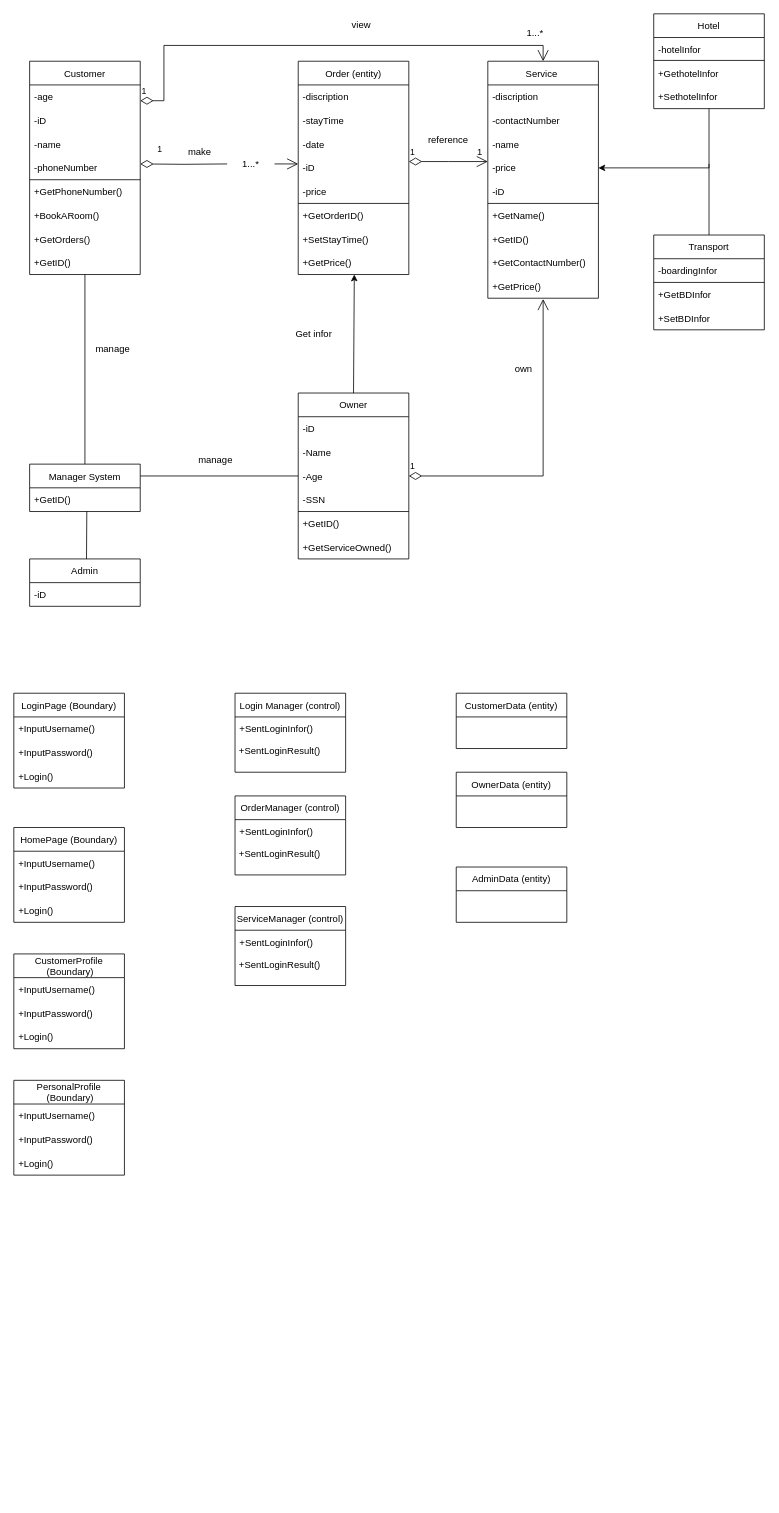
Earlier version of the draw.io diagram class_diagram.drawio (sonqb2001567/First). Source tidied: cells renumbered, new cells numbered last; positions are measured from the earlier drawing's top-left corner, leaving out a move shared by most shapes. Both pictures are drawn from the tidied source at 79%, with x=0, y=0 at pixel (13, 13).
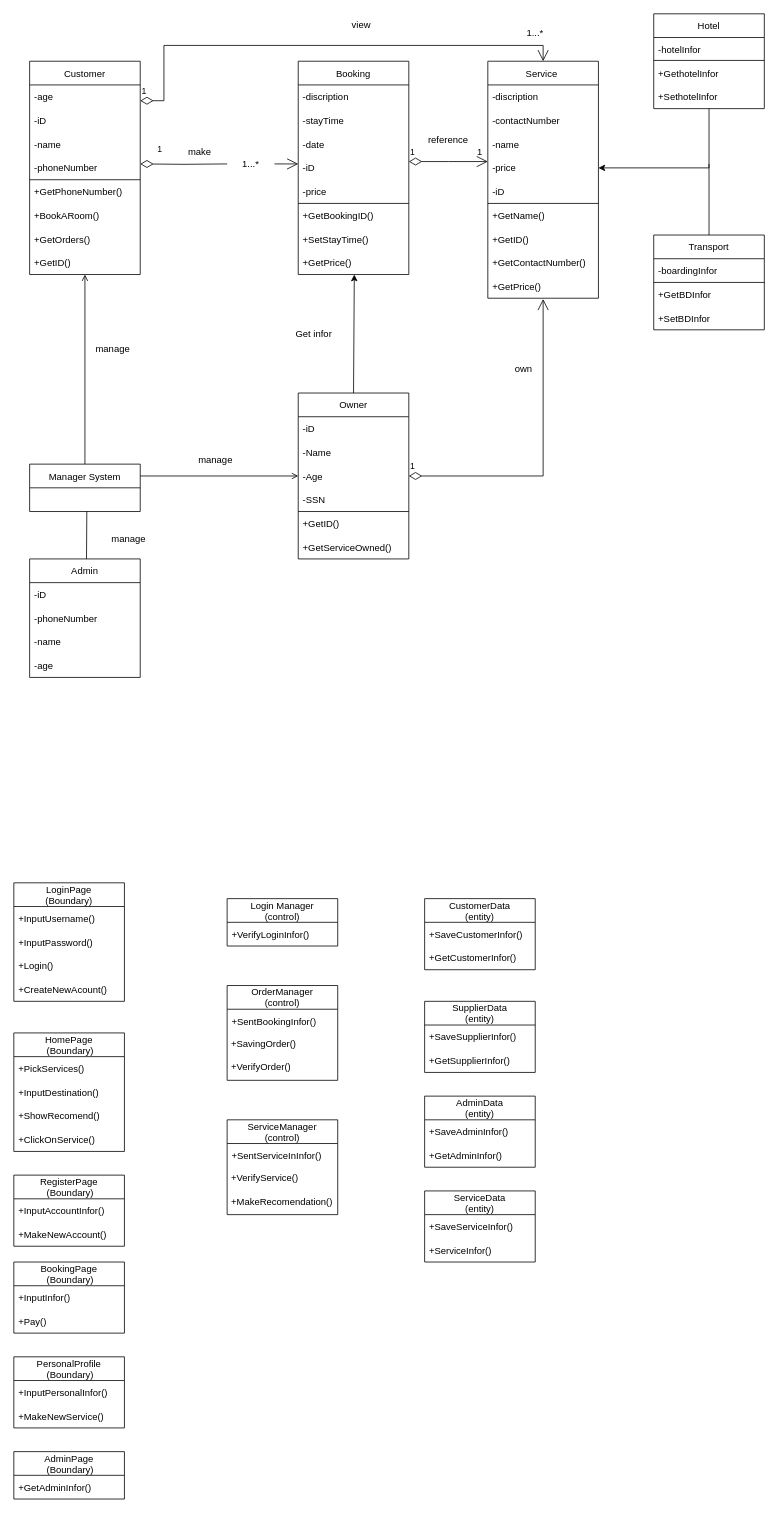
The same diagram, later.

Commit message:
Cập nhật class_diagram.drawio

Unchanged cells that the change refers to:
```xml
<mxCell id="22" value="+GetID()" style="text;strokeColor=none;fillColor=none;align=left;verticalAlign=middle;spacingLeft=4;spacingRight=4;overflow=hidden;points=[[0,0.5],[1,0.5]];portConstraint=eastwest;" parent="13" vertex="1">
  <mxGeometry y="240" width="140" height="30" as="geometry" />
</mxCell>
<mxCell id="39" value="-Age" style="text;strokeColor=none;fillColor=none;align=left;verticalAlign=middle;spacingLeft=4;spacingRight=4;overflow=hidden;points=[[0,0.5],[1,0.5]];portConstraint=eastwest;" parent="36" vertex="1">
  <mxGeometry y="90" width="140" height="30" as="geometry" />
</mxCell>
<mxCell id="68" value="Manager System" style="swimlane;fontStyle=0;horizontal=1;startSize=30;strokeColor=default;" parent="1" vertex="1">
  <mxGeometry x="20" y="570" width="140" height="60" as="geometry" />
</mxCell>
```

What changed in the source:
```diff
@@
-    <mxCell id="2" value="Order (entity)" style="swimlane;fontStyle=0;horizontal=1;startSize=30;strokeColor=default;" parent="1" vertex="1">
+    <mxCell id="2" value="Booking" style="swimlane;fontStyle=0;horizontal=1;startSize=30;strokeColor=default;" parent="1" vertex="1">
       <mxGeometry x="360" y="60" width="140" height="270" as="geometry" />
     </mxCell>
@@
-    <mxCell id="9" value="+GetOrderID()" style="text;strokeColor=none;fillColor=none;align=left;verticalAlign=middle;spacingLeft=4;spacingRight=4;overflow=hidden;" parent="2" vertex="1">
+    <mxCell id="9" value="+GetBookingID()" style="text;strokeColor=none;fillColor=none;align=left;verticalAlign=middle;spacingLeft=4;spacingRight=4;overflow=hidden;" parent="2" vertex="1">
       <mxGeometry y="180" width="140" height="30" as="geometry" />
     </mxCell>
@@
-    <mxCell id="69" value="+GetID()" style="text;strokeColor=none;fillColor=none;align=left;verticalAlign=middle;spacingLeft=4;spacingRight=4;overflow=hidden;points=[[0,0.5],[1,0.5]];portConstraint=eastwest;" parent="68" vertex="1">
-      <mxGeometry y="30" width="140" height="30" as="geometry" />
-    </mxCell>
-    <mxCell id="70" style="endArrow=none;html=1;rounded=0;exitX=0.5;exitY=0;exitDx=0;exitDy=0;" parent="1" edge="1" source="68" target="22">
+    <mxCell id="70" style="endArrow=open;html=1;rounded=0;exitX=0.5;exitY=0;exitDx=0;exitDy=0;endFill=0;" parent="1" edge="1" source="68" target="22">
       <mxGeometry relative="1" as="geometry" />
     </mxCell>
-    <mxCell id="71" style="endArrow=none;html=1;rounded=0;exitX=1;exitY=0.5;exitDx=0;exitDy=0;entryX=0;entryY=0.5;entryDx=0;entryDy=0;" parent="1" edge="1" target="39">
+    <mxCell id="71" style="endArrow=open;html=1;rounded=0;exitX=1;exitY=0.5;exitDx=0;exitDy=0;entryX=0;entryY=0.5;entryDx=0;entryDy=0;endFill=0;" parent="1" edge="1" target="39">
       <mxGeometry relative="1" as="geometry">
         <mxPoint x="160" y="585" as="sourcePoint" />
       </mxGeometry>
     </mxCell>
@@
     <mxCell id="74" value="Admin" style="swimlane;fontStyle=0;horizontal=1;startSize=30;strokeColor=default;" parent="1" vertex="1">
-      <mxGeometry x="20" y="690" width="140" height="60" as="geometry" />
+      <mxGeometry x="20" y="690" width="140" height="150" as="geometry" />
     </mxCell>
@@
+    <mxCell id="105" value="-phoneNumber" style="text;strokeColor=none;fillColor=none;align=left;verticalAlign=middle;spacingLeft=4;spacingRight=4;overflow=hidden;" parent="74" vertex="1">
+      <mxGeometry y="60" width="140" height="30" as="geometry" />
+    </mxCell>
+    <mxCell id="106" value="-name" style="text;strokeColor=none;fillColor=none;align=left;verticalAlign=middle;spacingLeft=4;spacingRight=4;overflow=hidden;" parent="74" vertex="1">
+      <mxGeometry y="90" width="140" height="30" as="geometry" />
+    </mxCell>
+    <mxCell id="107" value="-age" style="text;strokeColor=none;fillColor=none;align=left;verticalAlign=middle;spacingLeft=4;spacingRight=4;overflow=hidden;" parent="74" vertex="1">
+      <mxGeometry y="120" width="140" height="30" as="geometry" />
+    </mxCell>
-    <mxCell id="76" style="endArrow=none;html=1;rounded=0;entryX=0.517;entryY=0.991;entryDx=0;entryDy=0;entryPerimeter=0;" parent="1" edge="1" target="69">
+    <mxCell id="76" style="endArrow=none;html=1;rounded=0;entryX=0.517;entryY=0.991;entryDx=0;entryDy=0;entryPerimeter=0;" parent="1" edge="1">
       <mxGeometry relative="1" as="geometry">
         <mxPoint x="92" y="690" as="sourcePoint" />
+        <mxPoint x="92.4" y="629.7" as="targetPoint" />
       </mxGeometry>
     </mxCell>
-    <mxCell id="77" value="LoginPage (Boundary)" style="swimlane;fontStyle=0;horizontal=1;startSize=30;strokeColor=default;" parent="1" vertex="1">
-      <mxGeometry y="860" width="140" height="120" as="geometry" />
+    <mxCell id="77" value="LoginPage &#10;(Boundary)" style="swimlane;fontStyle=0;horizontal=1;startSize=30;strokeColor=default;" parent="1" vertex="1">
+      <mxGeometry y="1100" width="140" height="150" as="geometry" />
     </mxCell>
@@
+    <mxCell id="108" value="+CreateNewAcount()" style="text;strokeColor=none;fillColor=none;align=left;verticalAlign=middle;spacingLeft=4;spacingRight=4;overflow=hidden;" parent="77" vertex="1">
+      <mxGeometry y="120" width="140" height="30" as="geometry" />
+    </mxCell>
-    <mxCell id="81" value="Login Manager (control)" style="swimlane;fontStyle=0;horizontal=1;startSize=30;strokeColor=default;" parent="1" vertex="1">
-      <mxGeometry x="280" y="860" width="140" height="100" as="geometry" />
+    <mxCell id="81" value="Login Manager &#10;(control)" style="swimlane;fontStyle=0;horizontal=1;startSize=30;strokeColor=default;" parent="1" vertex="1">
+      <mxGeometry x="270" y="1120" width="140" height="60" as="geometry" />
     </mxCell>
-    <mxCell id="82" value="+SentLoginInfor()" style="text;strokeColor=none;fillColor=none;align=left;verticalAlign=middle;spacingLeft=4;spacingRight=4;overflow=hidden;" parent="81" vertex="1">
+    <mxCell id="82" value="+VerifyLoginInfor()" style="text;strokeColor=none;fillColor=none;align=left;verticalAlign=middle;spacingLeft=4;spacingRight=4;overflow=hidden;" parent="81" vertex="1">
       <mxGeometry y="30" width="140" height="30" as="geometry" />
     </mxCell>
-    <mxCell id="83" value="&amp;nbsp;+SentLoginResult()" style="text;whiteSpace=wrap;html=1;" parent="81" vertex="1">
-      <mxGeometry y="60" width="140" height="40" as="geometry" />
-    </mxCell>
-    <mxCell id="84" value="CustomerData (entity)" style="swimlane;fontStyle=0;horizontal=1;startSize=30;strokeColor=default;" parent="1" vertex="1">
-      <mxGeometry x="560" y="860" width="140" height="70" as="geometry" />
+    <mxCell id="84" value="CustomerData &#10;(entity)" style="swimlane;fontStyle=0;horizontal=1;startSize=30;strokeColor=default;" parent="1" vertex="1">
+      <mxGeometry x="520" y="1120" width="140" height="90" as="geometry" />
     </mxCell>
+    <mxCell id="109" value="+SaveCustomerInfor()" style="text;strokeColor=none;fillColor=none;align=left;verticalAlign=middle;spacingLeft=4;spacingRight=4;overflow=hidden;" parent="84" vertex="1">
+      <mxGeometry y="30" width="140" height="30" as="geometry" />
+    </mxCell>
+    <mxCell id="110" value="+GetCustomerInfor()" style="text;strokeColor=none;fillColor=none;align=left;verticalAlign=middle;spacingLeft=4;spacingRight=4;overflow=hidden;" parent="84" vertex="1">
+      <mxGeometry y="60" width="140" height="30" as="geometry" />
+    </mxCell>
-    <mxCell id="85" value="OwnerData (entity)" style="swimlane;fontStyle=0;horizontal=1;startSize=30;strokeColor=default;" parent="1" vertex="1">
-      <mxGeometry x="560" y="960" width="140" height="70" as="geometry" />
+    <mxCell id="85" value="SupplierData &#10;(entity)" style="swimlane;fontStyle=0;horizontal=1;startSize=30;strokeColor=default;" parent="1" vertex="1">
+      <mxGeometry x="520" y="1250" width="140" height="90" as="geometry" />
     </mxCell>
+    <mxCell id="111" value="+SaveSupplierInfor()" style="text;strokeColor=none;fillColor=none;align=left;verticalAlign=middle;spacingLeft=4;spacingRight=4;overflow=hidden;" parent="85" vertex="1">
+      <mxGeometry y="30" width="140" height="30" as="geometry" />
+    </mxCell>
+    <mxCell id="112" value="+GetSupplierInfor()" style="text;strokeColor=none;fillColor=none;align=left;verticalAlign=middle;spacingLeft=4;spacingRight=4;overflow=hidden;" parent="85" vertex="1">
+      <mxGeometry y="60" width="140" height="30" as="geometry" />
+    </mxCell>
-    <mxCell id="86" value="AdminData (entity)" style="swimlane;fontStyle=0;horizontal=1;startSize=30;strokeColor=default;" parent="1" vertex="1">
-      <mxGeometry x="560" y="1080" width="140" height="70" as="geometry" />
+    <mxCell id="86" value="AdminData &#10;(entity)" style="swimlane;fontStyle=0;horizontal=1;startSize=30;strokeColor=default;" parent="1" vertex="1">
+      <mxGeometry x="520" y="1370" width="140" height="90" as="geometry" />
     </mxCell>
+    <mxCell id="113" value="+SaveAdminInfor()" style="text;strokeColor=none;fillColor=none;align=left;verticalAlign=middle;spacingLeft=4;spacingRight=4;overflow=hidden;" parent="86" vertex="1">
+      <mxGeometry y="30" width="140" height="30" as="geometry" />
+    </mxCell>
+    <mxCell id="114" value="+GetAdminInfor()" style="text;strokeColor=none;fillColor=none;align=left;verticalAlign=middle;spacingLeft=4;spacingRight=4;overflow=hidden;" parent="86" vertex="1">
+      <mxGeometry y="60" width="140" height="30" as="geometry" />
+    </mxCell>
-    <mxCell id="87" value="OrderManager (control)" style="swimlane;fontStyle=0;horizontal=1;startSize=30;strokeColor=default;" parent="1" vertex="1">
-      <mxGeometry x="280" y="990" width="140" height="100" as="geometry" />
+    <mxCell id="87" value="OrderManager &#10;(control)" style="swimlane;fontStyle=0;horizontal=1;startSize=30;strokeColor=default;" parent="1" vertex="1">
+      <mxGeometry x="270" y="1230" width="140" height="120" as="geometry" />
     </mxCell>
-    <mxCell id="88" value="+SentLoginInfor()" style="text;strokeColor=none;fillColor=none;align=left;verticalAlign=middle;spacingLeft=4;spacingRight=4;overflow=hidden;" parent="87" vertex="1">
+    <mxCell id="88" value="+SentBookingInfor()" style="text;strokeColor=none;fillColor=none;align=left;verticalAlign=middle;spacingLeft=4;spacingRight=4;overflow=hidden;" parent="87" vertex="1">
       <mxGeometry y="30" width="140" height="30" as="geometry" />
     </mxCell>
-    <mxCell id="89" value="&amp;nbsp;+SentLoginResult()" style="text;whiteSpace=wrap;html=1;" parent="87" vertex="1">
-      <mxGeometry y="60" width="140" height="40" as="geometry" />
+    <mxCell id="89" value="&amp;nbsp;+SavingOrder()" style="text;whiteSpace=wrap;html=1;" parent="87" vertex="1">
+      <mxGeometry y="60" width="140" height="30" as="geometry" />
     </mxCell>
+    <mxCell id="115" value="&amp;nbsp;+VerifyOrder()" style="text;whiteSpace=wrap;html=1;" parent="87" vertex="1">
+      <mxGeometry y="90" width="140" height="30" as="geometry" />
+    </mxCell>
-    <mxCell id="90" value="ServiceManager (control)" style="swimlane;fontStyle=0;horizontal=1;startSize=30;strokeColor=default;" parent="1" vertex="1">
-      <mxGeometry x="280" y="1130" width="140" height="100" as="geometry" />
+    <mxCell id="90" value="ServiceManager &#10;(control)" style="swimlane;fontStyle=0;horizontal=1;startSize=30;strokeColor=default;" parent="1" vertex="1">
+      <mxGeometry x="270" y="1400" width="140" height="120" as="geometry" />
     </mxCell>
-    <mxCell id="91" value="+SentLoginInfor()" style="text;strokeColor=none;fillColor=none;align=left;verticalAlign=middle;spacingLeft=4;spacingRight=4;overflow=hidden;" parent="90" vertex="1">
+    <mxCell id="91" value="+SentServiceInInfor()" style="text;strokeColor=none;fillColor=none;align=left;verticalAlign=middle;spacingLeft=4;spacingRight=4;overflow=hidden;" parent="90" vertex="1">
       <mxGeometry y="30" width="140" height="30" as="geometry" />
     </mxCell>
-    <mxCell id="92" value="&amp;nbsp;+SentLoginResult()" style="text;whiteSpace=wrap;html=1;" parent="90" vertex="1">
-      <mxGeometry y="60" width="140" height="40" as="geometry" />
+    <mxCell id="92" value="&amp;nbsp;+VerifyService()" style="text;whiteSpace=wrap;html=1;" parent="90" vertex="1">
+      <mxGeometry y="60" width="140" height="30" as="geometry" />
     </mxCell>
+    <mxCell id="116" value="&amp;nbsp;+MakeRecomendation()" style="text;whiteSpace=wrap;html=1;" parent="90" vertex="1">
+      <mxGeometry y="90" width="140" height="30" as="geometry" />
+    </mxCell>
-    <mxCell id="93" value="HomePage (Boundary)" style="swimlane;fontStyle=0;horizontal=1;startSize=30;strokeColor=default;" parent="1" vertex="1">
-      <mxGeometry y="1030" width="140" height="120" as="geometry" />
+    <mxCell id="93" value="HomePage&#10; (Boundary)" style="swimlane;fontStyle=0;horizontal=1;startSize=30;strokeColor=default;" parent="1" vertex="1">
+      <mxGeometry y="1290" width="140" height="150" as="geometry" />
     </mxCell>
-    <mxCell id="94" value="+InputUsername()" style="text;strokeColor=none;fillColor=none;align=left;verticalAlign=middle;spacingLeft=4;spacingRight=4;overflow=hidden;" parent="93" vertex="1">
+    <mxCell id="94" value="+PickServices()" style="text;strokeColor=none;fillColor=none;align=left;verticalAlign=middle;spacingLeft=4;spacingRight=4;overflow=hidden;" parent="93" vertex="1">
       <mxGeometry y="30" width="140" height="30" as="geometry" />
     </mxCell>
-    <mxCell id="95" value="+InputPassword()" style="text;strokeColor=none;fillColor=none;align=left;verticalAlign=middle;spacingLeft=4;spacingRight=4;overflow=hidden;" parent="93" vertex="1">
+    <mxCell id="95" value="+InputDestination()" style="text;strokeColor=none;fillColor=none;align=left;verticalAlign=middle;spacingLeft=4;spacingRight=4;overflow=hidden;" parent="93" vertex="1">
       <mxGeometry y="60" width="140" height="30" as="geometry" />
     </mxCell>
-    <mxCell id="96" value="+Login()" style="text;strokeColor=none;fillColor=none;align=left;verticalAlign=middle;spacingLeft=4;spacingRight=4;overflow=hidden;" parent="93" vertex="1">
+    <mxCell id="96" value="+ShowRecomend()" style="text;strokeColor=none;fillColor=none;align=left;verticalAlign=middle;spacingLeft=4;spacingRight=4;overflow=hidden;" parent="93" vertex="1">
       <mxGeometry y="90" width="140" height="30" as="geometry" />
     </mxCell>
+    <mxCell id="117" value="+ClickOnService()" style="text;strokeColor=none;fillColor=none;align=left;verticalAlign=middle;spacingLeft=4;spacingRight=4;overflow=hidden;" parent="93" vertex="1">
+      <mxGeometry y="120" width="140" height="30" as="geometry" />
+    </mxCell>
-    <mxCell id="97" value="CustomerProfile&#10; (Boundary)" style="swimlane;fontStyle=0;horizontal=1;startSize=30;strokeColor=default;" parent="1" vertex="1">
-      <mxGeometry y="1190" width="140" height="120" as="geometry" />
+    <mxCell id="97" value="BookingPage&#10; (Boundary)" style="swimlane;fontStyle=0;horizontal=1;startSize=30;strokeColor=default;" parent="1" vertex="1">
+      <mxGeometry y="1580" width="140" height="90" as="geometry" />
     </mxCell>
-    <mxCell id="98" value="+InputUsername()" style="text;strokeColor=none;fillColor=none;align=left;verticalAlign=middle;spacingLeft=4;spacingRight=4;overflow=hidden;" parent="97" vertex="1">
+    <mxCell id="98" value="+InputInfor()" style="text;strokeColor=none;fillColor=none;align=left;verticalAlign=middle;spacingLeft=4;spacingRight=4;overflow=hidden;" parent="97" vertex="1">
       <mxGeometry y="30" width="140" height="30" as="geometry" />
     </mxCell>
-    <mxCell id="99" value="+InputPassword()" style="text;strokeColor=none;fillColor=none;align=left;verticalAlign=middle;spacingLeft=4;spacingRight=4;overflow=hidden;" parent="97" vertex="1">
+    <mxCell id="99" value="+Pay()" style="text;strokeColor=none;fillColor=none;align=left;verticalAlign=middle;spacingLeft=4;spacingRight=4;overflow=hidden;" parent="97" vertex="1">
       <mxGeometry y="60" width="140" height="30" as="geometry" />
     </mxCell>
-    <mxCell id="100" value="+Login()" style="text;strokeColor=none;fillColor=none;align=left;verticalAlign=middle;spacingLeft=4;spacingRight=4;overflow=hidden;" parent="97" vertex="1">
-      <mxGeometry y="90" width="140" height="30" as="geometry" />
-    </mxCell>
     <mxCell id="101" value="PersonalProfile&#10; (Boundary)" style="swimlane;fontStyle=0;horizontal=1;startSize=30;strokeColor=default;" parent="1" vertex="1">
-      <mxGeometry y="1350" width="140" height="120" as="geometry" />
+      <mxGeometry y="1700" width="140" height="90" as="geometry" />
     </mxCell>
-    <mxCell id="102" value="+InputUsername()" style="text;strokeColor=none;fillColor=none;align=left;verticalAlign=middle;spacingLeft=4;spacingRight=4;overflow=hidden;" parent="101" vertex="1">
+    <mxCell id="102" value="+InputPersonalInfor()" style="text;strokeColor=none;fillColor=none;align=left;verticalAlign=middle;spacingLeft=4;spacingRight=4;overflow=hidden;" parent="101" vertex="1">
       <mxGeometry y="30" width="140" height="30" as="geometry" />
     </mxCell>
-    <mxCell id="103" value="+InputPassword()" style="text;strokeColor=none;fillColor=none;align=left;verticalAlign=middle;spacingLeft=4;spacingRight=4;overflow=hidden;" parent="101" vertex="1">
-      <mxGeometry y="60" width="140" height="30" as="geometry" />
-    </mxCell>
-    <mxCell id="104" value="+Login()" style="text;strokeColor=none;fillColor=none;align=left;verticalAlign=middle;spacingLeft=4;spacingRight=4;overflow=hidden;" parent="101" vertex="1">
-      <mxGeometry y="90" width="140" height="30" as="geometry" />
-    </mxCell>
+    <mxCell id="118" value="+MakeNewService()" style="text;strokeColor=none;fillColor=none;align=left;verticalAlign=middle;spacingLeft=4;spacingRight=4;overflow=hidden;" parent="101" vertex="1">
+      <mxGeometry y="60" width="140" height="30" as="geometry" />
+    </mxCell>
+    <mxCell id="119" value="AdminPage&#10; (Boundary)" style="swimlane;fontStyle=0;horizontal=1;startSize=30;strokeColor=default;" parent="1" vertex="1">
+      <mxGeometry y="1820" width="140" height="60" as="geometry" />
+    </mxCell>
+    <mxCell id="120" value="+GetAdminInfor()" style="text;strokeColor=none;fillColor=none;align=left;verticalAlign=middle;spacingLeft=4;spacingRight=4;overflow=hidden;" parent="119" vertex="1">
+      <mxGeometry y="30" width="140" height="30" as="geometry" />
+    </mxCell>
+    <mxCell id="121" value="RegisterPage&#10; (Boundary)" style="swimlane;fontStyle=0;horizontal=1;startSize=30;strokeColor=default;" parent="1" vertex="1">
+      <mxGeometry y="1470" width="140" height="90" as="geometry" />
+    </mxCell>
+    <mxCell id="122" value="+InputAccountInfor()" style="text;strokeColor=none;fillColor=none;align=left;verticalAlign=middle;spacingLeft=4;spacingRight=4;overflow=hidden;" parent="121" vertex="1">
+      <mxGeometry y="30" width="140" height="30" as="geometry" />
+    </mxCell>
+    <mxCell id="123" value="+MakeNewAccount()" style="text;strokeColor=none;fillColor=none;align=left;verticalAlign=middle;spacingLeft=4;spacingRight=4;overflow=hidden;" parent="121" vertex="1">
+      <mxGeometry y="60" width="140" height="30" as="geometry" />
+    </mxCell>
+    <mxCell id="124" value="ServiceData &#10;(entity)" style="swimlane;fontStyle=0;horizontal=1;startSize=30;strokeColor=default;" parent="1" vertex="1">
+      <mxGeometry x="520" y="1490" width="140" height="90" as="geometry" />
+    </mxCell>
+    <mxCell id="125" value="+SaveServiceInfor()" style="text;strokeColor=none;fillColor=none;align=left;verticalAlign=middle;spacingLeft=4;spacingRight=4;overflow=hidden;" parent="124" vertex="1">
+      <mxGeometry y="30" width="140" height="30" as="geometry" />
+    </mxCell>
+    <mxCell id="126" value="+ServiceInfor()" style="text;strokeColor=none;fillColor=none;align=left;verticalAlign=middle;spacingLeft=4;spacingRight=4;overflow=hidden;" parent="124" vertex="1">
+      <mxGeometry y="60" width="140" height="30" as="geometry" />
+    </mxCell>
+    <mxCell id="127" value="manage" style="text;html=1;align=center;verticalAlign=middle;strokeColor=none;fillColor=none;" parent="1" vertex="1">
+      <mxGeometry x="110" y="650" width="70" height="30" as="geometry" />
+    </mxCell>
```
